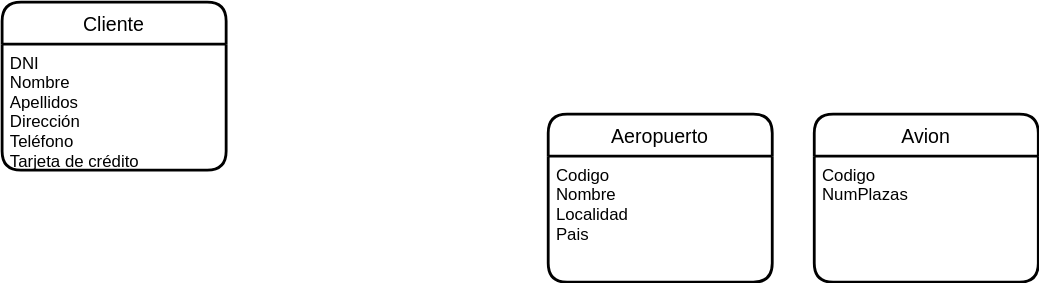
This is UD12-8.svg from Jimxx22/C3-UD11-UML, a draw.io export, as it was before one commit. Source tidied: cells renumbered, new cells last; positions are measured from the earlier drawing's top-left corner, leaving out a move shared by most shapes.
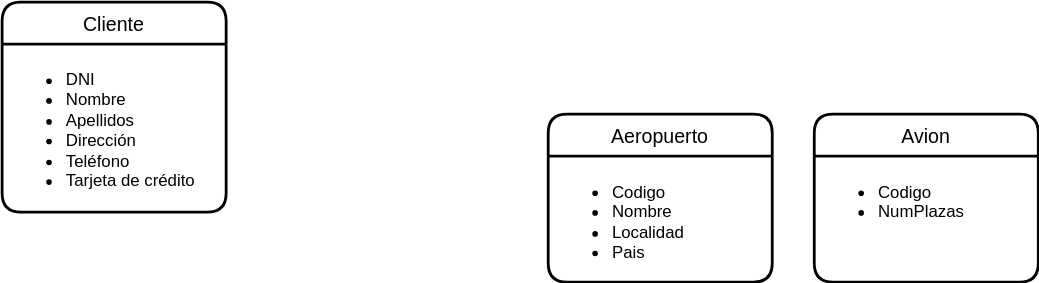
The same diagram one commit later.

What changed in the source:
```diff
@@ -3,21 +3,21 @@
     <mxCell id="0" />
     <mxCell id="1" parent="0" />
     <mxCell id="2" value="Cliente" style="swimlane;horizontal=1;startSize=30;rounded=1;fontSize=14;fontStyle=0;strokeWidth=2;shadow=0;dashed=0;align=center;html=0;" parent="1" vertex="1">
-      <mxGeometry width="160" height="120" as="geometry" />
+      <mxGeometry width="160" height="150" as="geometry" />
     </mxCell>
-    <mxCell id="3" value="DNI&#10;Nombre&#10;Apellidos&#10;Dirección&#10;Teléfono&#10;Tarjeta de crédito&#10;" style="align=left;strokeColor=none;fillColor=none;spacingLeft=4;fontSize=12;verticalAlign=top;html=0;" parent="2" vertex="1">
-      <mxGeometry y="30" width="160" height="90" as="geometry" />
+    <mxCell id="3" value="&lt;ul&gt;&lt;li&gt;DNI&lt;/li&gt;&lt;li&gt;Nombre&lt;/li&gt;&lt;li&gt;Apellidos&lt;/li&gt;&lt;li&gt;Dirección&lt;/li&gt;&lt;li&gt;Teléfono&lt;/li&gt;&lt;li&gt;Tarjeta de crédito&lt;/li&gt;&lt;/ul&gt;" style="align=left;strokeColor=none;fillColor=none;spacingLeft=4;fontSize=12;verticalAlign=top;html=1;" parent="2" vertex="1">
+      <mxGeometry y="30" width="160" height="120" as="geometry" />
     </mxCell>
     <mxCell id="4" value="Aeropuerto" style="swimlane;horizontal=1;startSize=30;rounded=1;fontSize=14;fontStyle=0;strokeWidth=2;shadow=0;dashed=0;align=center;" parent="1" vertex="1">
       <mxGeometry x="390" y="80" width="160" height="120" as="geometry" />
     </mxCell>
-    <mxCell id="5" value="Codigo&#10;Nombre&#10;Localidad&#10;Pais" style="align=left;strokeColor=none;fillColor=none;spacingLeft=4;fontSize=12;verticalAlign=top;" parent="4" vertex="1">
+    <mxCell id="5" value="&lt;ul&gt;&lt;li&gt;Codigo&lt;/li&gt;&lt;li&gt;Nombre&lt;/li&gt;&lt;li&gt;Localidad&lt;/li&gt;&lt;li&gt;Pais&lt;/li&gt;&lt;/ul&gt;" style="align=left;strokeColor=none;fillColor=none;spacingLeft=4;fontSize=12;verticalAlign=top;html=1;" parent="4" vertex="1">
       <mxGeometry y="30" width="160" height="90" as="geometry" />
     </mxCell>
     <mxCell id="6" value="Avion" style="swimlane;horizontal=1;startSize=30;rounded=1;fontSize=14;fontStyle=0;strokeWidth=2;shadow=0;dashed=0;align=center;" parent="1" vertex="1">
       <mxGeometry x="580" y="80" width="160" height="120" as="geometry" />
     </mxCell>
-    <mxCell id="7" value="Codigo&#10;NumPlazas" style="align=left;strokeColor=none;fillColor=none;spacingLeft=4;fontSize=12;verticalAlign=top;" parent="6" vertex="1">
+    <mxCell id="7" value="&lt;ul&gt;&lt;li&gt;Codigo&lt;/li&gt;&lt;li&gt;NumPlazas&lt;/li&gt;&lt;/ul&gt;" style="align=left;strokeColor=none;fillColor=none;spacingLeft=4;fontSize=12;verticalAlign=top;html=1;" parent="6" vertex="1">
       <mxGeometry y="30" width="160" height="90" as="geometry" />
     </mxCell>
   </root>
```
